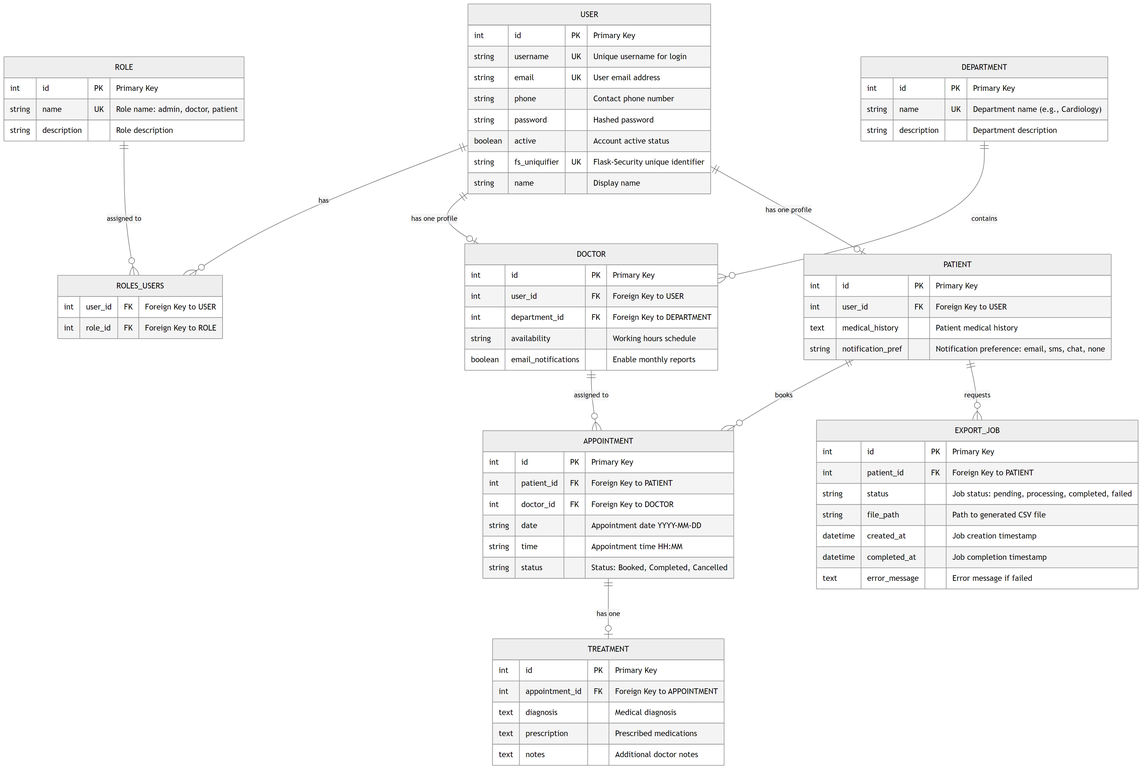
Before: er_diagram.png, a diagram exported from Mermaid (990aa/hospital-operations-system). Its source is kept beside it as er_diagram.mmd. The source it was exported from:
```mermaid
erDiagram

    USER ||--o{ ROLES_USERS : "has"
    ROLE ||--o{ ROLES_USERS : "assigned to"
    USER ||--o| DOCTOR : "has one profile"
    USER ||--o| PATIENT : "has one profile"

    DEPARTMENT ||--o{ DOCTOR : "contains"

    PATIENT ||--o{ APPOINTMENT : "books"
    DOCTOR ||--o{ APPOINTMENT : "assigned to"

    APPOINTMENT ||--o| TREATMENT : "has one"

    PATIENT ||--o{ EXPORT_JOB : "requests"

    USER {
        int id PK "Primary Key"
        string username UK "Unique username for login"
        string email UK "User email address"
        string phone "Contact phone number"
        string password "Hashed password"
        boolean active "Account active status"
        string fs_uniquifier UK "Flask-Security unique identifier"
        string name "Display name"
    }

    ROLE {
        int id PK "Primary Key"
        string name UK "Role name: admin, doctor, patient"
        string description "Role description"
    }

    ROLES_USERS {
        int user_id FK "Foreign Key to USER"
        int role_id FK "Foreign Key to ROLE"
    }

    DEPARTMENT {
        int id PK "Primary Key"
        string name UK "Department name (e.g., Cardiology)"
        string description "Department description"
    }

    DOCTOR {
        int id PK "Primary Key"
        int user_id FK "Foreign Key to USER"
        int department_id FK "Foreign Key to DEPARTMENT"
        string availability "Working hours schedule"
        boolean email_notifications "Enable monthly reports"
    }

    PATIENT {
        int id PK "Primary Key"
        int user_id FK "Foreign Key to USER"
        text medical_history "Patient medical history"
        string notification_pref "Notification preference: email, sms, chat, none"
    }

    APPOINTMENT {
        int id PK "Primary Key"
        int patient_id FK "Foreign Key to PATIENT"
        int doctor_id FK "Foreign Key to DOCTOR"
        string date "Appointment date YYYY-MM-DD"
        string time "Appointment time HH:MM"
        string status "Status: Booked, Completed, Cancelled"
    }

    TREATMENT {
        int id PK "Primary Key"
        int appointment_id FK "Foreign Key to APPOINTMENT"
        text diagnosis "Medical diagnosis"
        text prescription "Prescribed medications"
        text notes "Additional doctor notes"
    }

    EXPORT_JOB {
        int id PK "Primary Key"
        int patient_id FK "Foreign Key to PATIENT"
        string status "Job status: pending, processing, completed, failed"
        string file_path "Path to generated CSV file"
        datetime created_at "Job creation timestamp"
        datetime completed_at "Job completion timestamp"
        text error_message "Error message if failed"
    }
```
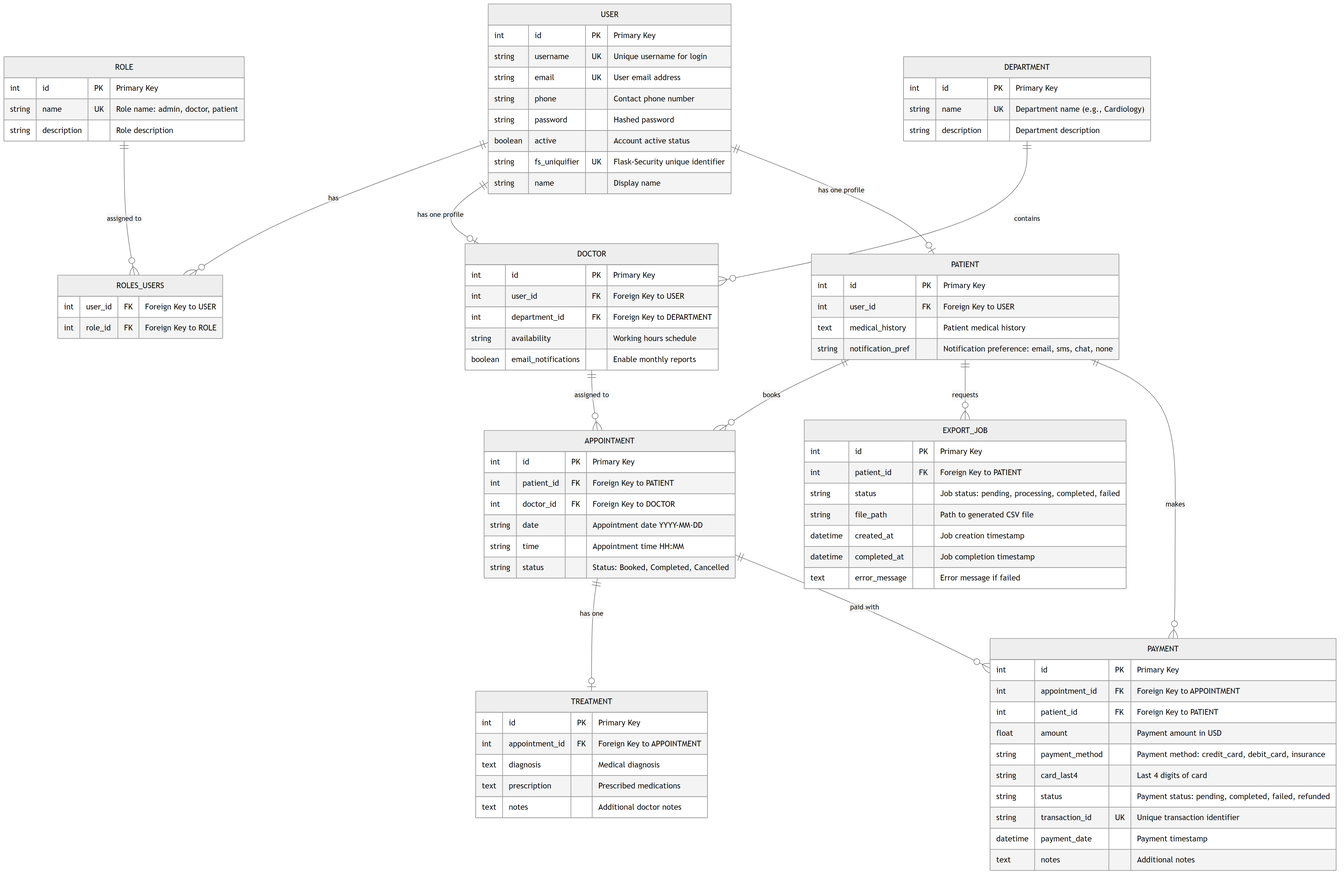
The same diagram one commit later.

Commit message:
mmd diagram; report update; rebuild ui

What changed in the source:
```diff
@@ -11,8 +11,10 @@
     DOCTOR ||--o{ APPOINTMENT : "assigned to"
 
     APPOINTMENT ||--o| TREATMENT : "has one"
+    APPOINTMENT ||--o{ PAYMENT : "paid with"
 
     PATIENT ||--o{ EXPORT_JOB : "requests"
+    PATIENT ||--o{ PAYMENT : "makes"
 
     USER {
         int id PK "Primary Key"
@@ -83,3 +85,16 @@
         datetime completed_at "Job completion timestamp"
         text error_message "Error message if failed"
     }
+
+    PAYMENT {
+        int id PK "Primary Key"
+        int appointment_id FK "Foreign Key to APPOINTMENT"
+        int patient_id FK "Foreign Key to PATIENT"
+        float amount "Payment amount in USD"
+        string payment_method "Payment method: credit_card, debit_card, insurance"
+        string card_last4 "Last 4 digits of card"
+        string status "Payment status: pending, completed, failed, refunded"
+        string transaction_id UK "Unique transaction identifier"
+        datetime payment_date "Payment timestamp"
+        text notes "Additional notes"
+    }
```
